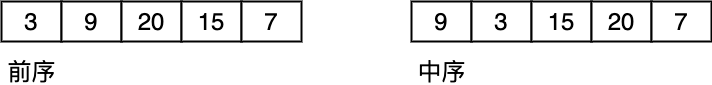
Above: offer_07.png in autsu/diagrams (draw.io), before the change. Source tidied: cells renumbered, new cells last; positions are measured from the earlier drawing's top-left corner, leaving out a move shared by most shapes.
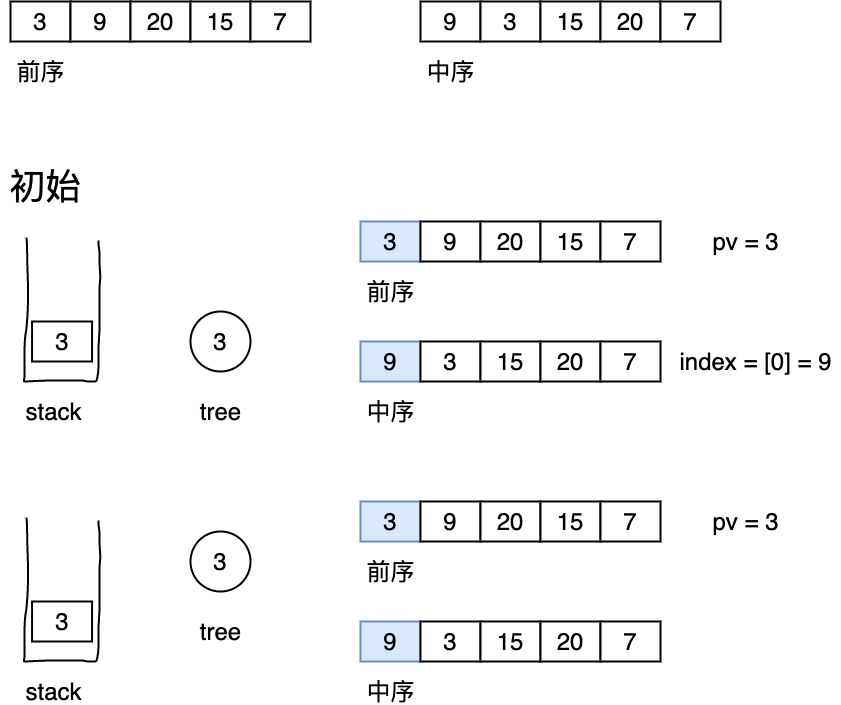
After the commit.

What changed in the source:
```diff
@@ -38,5 +38,119 @@
     <mxCell id="13" value="&lt;font style=&quot;font-size: 24px&quot;&gt;中序&lt;/font&gt;" style="text;html=1;align=center;verticalAlign=middle;fillColor=none;strokeColor=none;rounded=0;" parent="1" vertex="1">
       <mxGeometry x="410" y="60" width="60" height="20" as="geometry" />
     </mxCell>
+    <mxCell id="14" value="&lt;font style=&quot;font-size: 36px&quot;&gt;初始&lt;/font&gt;" style="text;html=1;align=center;verticalAlign=middle;fillColor=none;strokeColor=none;rounded=0;" parent="1" vertex="1">
+      <mxGeometry x="-10" y="170" width="90" height="30" as="geometry" />
+    </mxCell>
+    <mxCell id="15" style="shape=(stored shape, 1588 characters);fillColor=none;strokeWidth=2;" parent="1" vertex="1">
+      <mxGeometry x="13.4" y="236" width="76.4" height="144" as="geometry" />
+    </mxCell>
+    <mxCell id="16" value="&lt;span style=&quot;font-size: 24px&quot;&gt;3&lt;/span&gt;" style="rounded=0;whiteSpace=wrap;html=1;strokeWidth=2;" parent="1" vertex="1">
+      <mxGeometry x="21.6" y="320" width="60" height="40" as="geometry" />
+    </mxCell>
+    <mxCell id="17" value="&lt;font style=&quot;font-size: 24px&quot;&gt;3&lt;/font&gt;" style="ellipse;whiteSpace=wrap;html=1;strokeWidth=2;" parent="1" vertex="1">
+      <mxGeometry x="180" y="310" width="60" height="60" as="geometry" />
+    </mxCell>
+    <mxCell id="18" value="&lt;font style=&quot;font-size: 24px&quot;&gt;3&lt;/font&gt;" style="rounded=0;whiteSpace=wrap;html=1;strokeWidth=2;fillColor=#dae8fc;strokeColor=#6c8ebf;" parent="1" vertex="1">
+      <mxGeometry x="350" y="220" width="60" height="40" as="geometry" />
+    </mxCell>
+    <mxCell id="19" value="&lt;span style=&quot;font-size: 24px&quot;&gt;9&lt;/span&gt;" style="rounded=0;whiteSpace=wrap;html=1;strokeWidth=2;" parent="1" vertex="1">
+      <mxGeometry x="410" y="220" width="60" height="40" as="geometry" />
+    </mxCell>
+    <mxCell id="20" value="&lt;span style=&quot;font-size: 24px&quot;&gt;20&lt;/span&gt;" style="rounded=0;whiteSpace=wrap;html=1;strokeWidth=2;" parent="1" vertex="1">
+      <mxGeometry x="470" y="220" width="60" height="40" as="geometry" />
+    </mxCell>
+    <mxCell id="21" value="&lt;span style=&quot;font-size: 24px&quot;&gt;15&lt;/span&gt;" style="rounded=0;whiteSpace=wrap;html=1;strokeWidth=2;" parent="1" vertex="1">
+      <mxGeometry x="530" y="220" width="60" height="40" as="geometry" />
+    </mxCell>
+    <mxCell id="22" value="&lt;span style=&quot;font-size: 24px&quot;&gt;7&lt;/span&gt;" style="rounded=0;whiteSpace=wrap;html=1;strokeWidth=2;" parent="1" vertex="1">
+      <mxGeometry x="590" y="220" width="60" height="40" as="geometry" />
+    </mxCell>
+    <mxCell id="23" value="&lt;font style=&quot;font-size: 24px&quot;&gt;前序&lt;/font&gt;" style="text;html=1;align=center;verticalAlign=middle;fillColor=none;strokeColor=none;rounded=0;" parent="1" vertex="1">
+      <mxGeometry x="350" y="280" width="60" height="20" as="geometry" />
+    </mxCell>
+    <mxCell id="24" value="&lt;span style=&quot;font-size: 24px&quot;&gt;9&lt;/span&gt;" style="rounded=0;whiteSpace=wrap;html=1;strokeWidth=2;fillColor=#dae8fc;strokeColor=#6c8ebf;" parent="1" vertex="1">
+      <mxGeometry x="350" y="340" width="60" height="40" as="geometry" />
+    </mxCell>
+    <mxCell id="25" value="&lt;span style=&quot;font-size: 24px&quot;&gt;3&lt;/span&gt;" style="rounded=0;whiteSpace=wrap;html=1;strokeWidth=2;" parent="1" vertex="1">
+      <mxGeometry x="410" y="340" width="60" height="40" as="geometry" />
+    </mxCell>
+    <mxCell id="26" value="&lt;span style=&quot;font-size: 24px&quot;&gt;15&lt;/span&gt;" style="rounded=0;whiteSpace=wrap;html=1;strokeWidth=2;" parent="1" vertex="1">
+      <mxGeometry x="470" y="340" width="60" height="40" as="geometry" />
+    </mxCell>
+    <mxCell id="27" value="&lt;span style=&quot;font-size: 24px&quot;&gt;20&lt;/span&gt;" style="rounded=0;whiteSpace=wrap;html=1;strokeWidth=2;" parent="1" vertex="1">
+      <mxGeometry x="530" y="340" width="60" height="40" as="geometry" />
+    </mxCell>
+    <mxCell id="28" value="&lt;span style=&quot;font-size: 24px&quot;&gt;7&lt;/span&gt;" style="rounded=0;whiteSpace=wrap;html=1;strokeWidth=2;" parent="1" vertex="1">
+      <mxGeometry x="590" y="340" width="60" height="40" as="geometry" />
+    </mxCell>
+    <mxCell id="29" value="&lt;font style=&quot;font-size: 24px&quot;&gt;中序&lt;/font&gt;" style="text;html=1;align=center;verticalAlign=middle;fillColor=none;strokeColor=none;rounded=0;" parent="1" vertex="1">
+      <mxGeometry x="350" y="400" width="60" height="20" as="geometry" />
+    </mxCell>
+    <mxCell id="30" value="&lt;font style=&quot;font-size: 24px&quot;&gt;index = [0] = 9&lt;/font&gt;" style="text;html=1;align=center;verticalAlign=middle;fillColor=none;strokeColor=none;rounded=0;" parent="1" vertex="1">
+      <mxGeometry x="660" y="350" width="170" height="20" as="geometry" />
+    </mxCell>
+    <mxCell id="31" value="&lt;font style=&quot;font-size: 24px&quot;&gt;stack&lt;/font&gt;" style="text;html=1;align=center;verticalAlign=middle;fillColor=none;strokeColor=none;rounded=0;" parent="1" vertex="1">
+      <mxGeometry x="8.4" y="400" width="70" height="20" as="geometry" />
+    </mxCell>
+    <mxCell id="32" value="&lt;font style=&quot;font-size: 24px&quot;&gt;tree&lt;/font&gt;" style="text;html=1;align=center;verticalAlign=middle;fillColor=none;strokeColor=none;rounded=0;" parent="1" vertex="1">
+      <mxGeometry x="180" y="400" width="60" height="20" as="geometry" />
+    </mxCell>
+    <mxCell id="33" value="&lt;font style=&quot;font-size: 24px&quot;&gt;pv = 3&lt;/font&gt;" style="text;html=1;align=center;verticalAlign=middle;fillColor=none;strokeColor=none;rounded=0;" parent="1" vertex="1">
+      <mxGeometry x="695" y="230" width="80" height="20" as="geometry" />
+    </mxCell>
+    <mxCell id="34" style="shape=(stored shape, 1588 characters);fillColor=none;strokeWidth=2;" parent="1" vertex="1">
+      <mxGeometry x="13.4" y="516" width="76.4" height="144" as="geometry" />
+    </mxCell>
+    <mxCell id="35" value="&lt;span style=&quot;font-size: 24px&quot;&gt;3&lt;/span&gt;" style="rounded=0;whiteSpace=wrap;html=1;strokeWidth=2;" parent="1" vertex="1">
+      <mxGeometry x="21.6" y="600" width="60" height="40" as="geometry" />
+    </mxCell>
+    <mxCell id="36" value="&lt;font style=&quot;font-size: 24px&quot;&gt;3&lt;/font&gt;" style="ellipse;whiteSpace=wrap;html=1;strokeWidth=2;" parent="1" vertex="1">
+      <mxGeometry x="180" y="530" width="60" height="60" as="geometry" />
+    </mxCell>
+    <mxCell id="37" value="&lt;font style=&quot;font-size: 24px&quot;&gt;3&lt;/font&gt;" style="rounded=0;whiteSpace=wrap;html=1;strokeWidth=2;fillColor=#dae8fc;strokeColor=#6c8ebf;" parent="1" vertex="1">
+      <mxGeometry x="350" y="500" width="60" height="40" as="geometry" />
+    </mxCell>
+    <mxCell id="38" value="&lt;span style=&quot;font-size: 24px&quot;&gt;9&lt;/span&gt;" style="rounded=0;whiteSpace=wrap;html=1;strokeWidth=2;" parent="1" vertex="1">
+      <mxGeometry x="410" y="500" width="60" height="40" as="geometry" />
+    </mxCell>
+    <mxCell id="39" value="&lt;span style=&quot;font-size: 24px&quot;&gt;20&lt;/span&gt;" style="rounded=0;whiteSpace=wrap;html=1;strokeWidth=2;" parent="1" vertex="1">
+      <mxGeometry x="470" y="500" width="60" height="40" as="geometry" />
+    </mxCell>
+    <mxCell id="40" value="&lt;span style=&quot;font-size: 24px&quot;&gt;15&lt;/span&gt;" style="rounded=0;whiteSpace=wrap;html=1;strokeWidth=2;" parent="1" vertex="1">
+      <mxGeometry x="530" y="500" width="60" height="40" as="geometry" />
+    </mxCell>
+    <mxCell id="41" value="&lt;span style=&quot;font-size: 24px&quot;&gt;7&lt;/span&gt;" style="rounded=0;whiteSpace=wrap;html=1;strokeWidth=2;" parent="1" vertex="1">
+      <mxGeometry x="590" y="500" width="60" height="40" as="geometry" />
+    </mxCell>
+    <mxCell id="42" value="&lt;font style=&quot;font-size: 24px&quot;&gt;前序&lt;/font&gt;" style="text;html=1;align=center;verticalAlign=middle;fillColor=none;strokeColor=none;rounded=0;" parent="1" vertex="1">
+      <mxGeometry x="350" y="560" width="60" height="20" as="geometry" />
+    </mxCell>
+    <mxCell id="43" value="&lt;span style=&quot;font-size: 24px&quot;&gt;9&lt;/span&gt;" style="rounded=0;whiteSpace=wrap;html=1;strokeWidth=2;fillColor=#dae8fc;strokeColor=#6c8ebf;" parent="1" vertex="1">
+      <mxGeometry x="350" y="620" width="60" height="40" as="geometry" />
+    </mxCell>
+    <mxCell id="44" value="&lt;span style=&quot;font-size: 24px&quot;&gt;3&lt;/span&gt;" style="rounded=0;whiteSpace=wrap;html=1;strokeWidth=2;" parent="1" vertex="1">
+      <mxGeometry x="410" y="620" width="60" height="40" as="geometry" />
+    </mxCell>
+    <mxCell id="45" value="&lt;span style=&quot;font-size: 24px&quot;&gt;15&lt;/span&gt;" style="rounded=0;whiteSpace=wrap;html=1;strokeWidth=2;" parent="1" vertex="1">
+      <mxGeometry x="470" y="620" width="60" height="40" as="geometry" />
+    </mxCell>
+    <mxCell id="46" value="&lt;span style=&quot;font-size: 24px&quot;&gt;20&lt;/span&gt;" style="rounded=0;whiteSpace=wrap;html=1;strokeWidth=2;" parent="1" vertex="1">
+      <mxGeometry x="530" y="620" width="60" height="40" as="geometry" />
+    </mxCell>
+    <mxCell id="47" value="&lt;span style=&quot;font-size: 24px&quot;&gt;7&lt;/span&gt;" style="rounded=0;whiteSpace=wrap;html=1;strokeWidth=2;" parent="1" vertex="1">
+      <mxGeometry x="590" y="620" width="60" height="40" as="geometry" />
+    </mxCell>
+    <mxCell id="48" value="&lt;font style=&quot;font-size: 24px&quot;&gt;中序&lt;/font&gt;" style="text;html=1;align=center;verticalAlign=middle;fillColor=none;strokeColor=none;rounded=0;" parent="1" vertex="1">
+      <mxGeometry x="350" y="680" width="60" height="20" as="geometry" />
+    </mxCell>
+    <mxCell id="49" value="&lt;font style=&quot;font-size: 24px&quot;&gt;stack&lt;/font&gt;" style="text;html=1;align=center;verticalAlign=middle;fillColor=none;strokeColor=none;rounded=0;" parent="1" vertex="1">
+      <mxGeometry x="8.4" y="680" width="70" height="20" as="geometry" />
+    </mxCell>
+    <mxCell id="50" value="&lt;font style=&quot;font-size: 24px&quot;&gt;tree&lt;/font&gt;" style="text;html=1;align=center;verticalAlign=middle;fillColor=none;strokeColor=none;rounded=0;" parent="1" vertex="1">
+      <mxGeometry x="180" y="620" width="60" height="20" as="geometry" />
+    </mxCell>
+    <mxCell id="51" value="&lt;font style=&quot;font-size: 24px&quot;&gt;pv = 3&lt;/font&gt;" style="text;html=1;align=center;verticalAlign=middle;fillColor=none;strokeColor=none;rounded=0;" parent="1" vertex="1">
+      <mxGeometry x="695" y="510" width="80" height="20" as="geometry" />
+    </mxCell>
   </root>
 </mxGraphModel>
```
